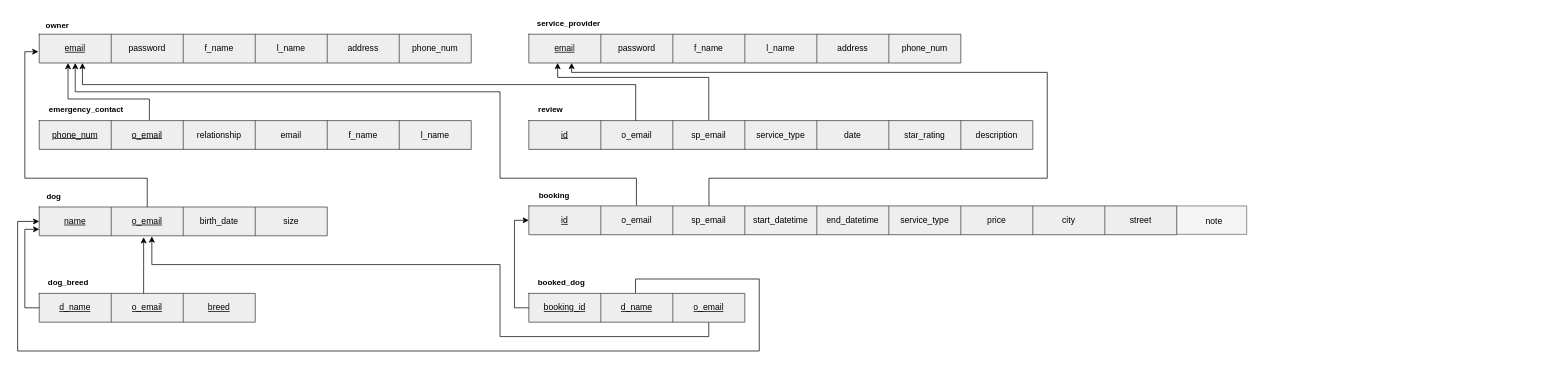
This is documents/BarkBase Relational Schema.drawio from BraedonHaensel/barkbase, a draw.io file, before an edit. Source tidied: cells renumbered, new cells numbered last; positions are measured from the earlier drawing's top-left corner, leaving out a move shared by most shapes. Both pictures are drawn from the tidied source at 72%, with x=0, y=0 at pixel (17, 12).
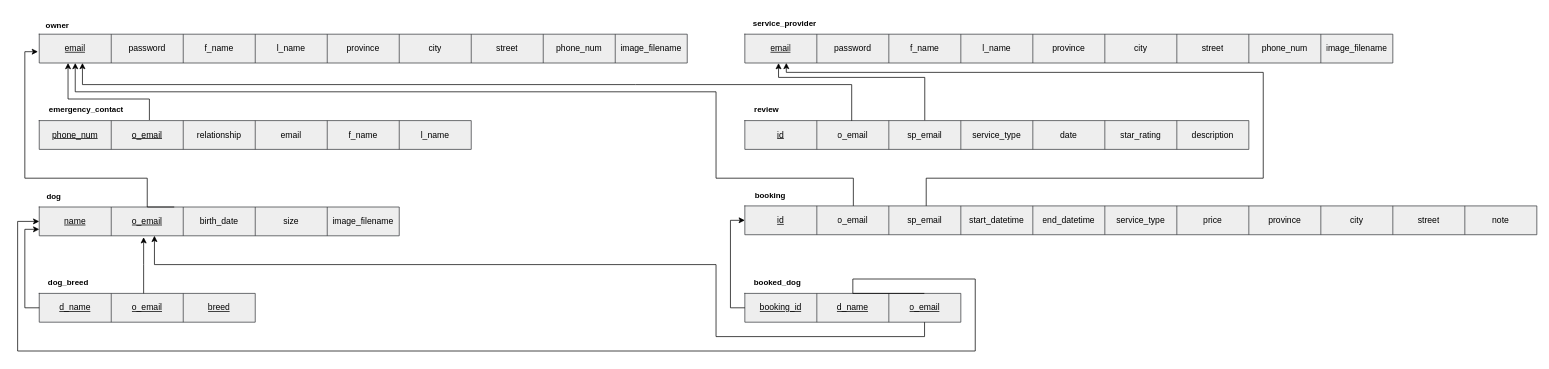
The same page after the edit.

Commit message:
relational schema added images and updated address components

Unchanged cells that the change refers to:
```xml
<mxCell id="48" style="shape=tableRow;horizontal=0;startSize=0;swimlaneHead=0;swimlaneBody=0;strokeColor=inherit;top=0;left=0;bottom=0;right=0;fillColor=none;points=[[0,0.5],[1,0.5]];portConstraint=eastwest;" parent="47" vertex="1">
  <mxGeometry width="300" height="40" as="geometry" />
</mxCell>
```

The edit, as a diff of the source:
```diff
@@
     <mxCell id="3" style="shape=table;startSize=0;childLayout=tableLayout;fillColor=#eeeeee;strokeColor=#36393d;" parent="1" vertex="1">
-      <mxGeometry x="30" y="30" width="600" height="40" as="geometry" />
+      <mxGeometry x="30" y="30" width="900" height="40" as="geometry" />
     </mxCell>
     <mxCell id="4" style="shape=tableRow;horizontal=0;startSize=0;swimlaneHead=0;swimlaneBody=0;strokeColor=inherit;top=0;left=0;bottom=0;right=0;fillColor=none;points=[[0,0.5],[1,0.5]];portConstraint=eastwest;" parent="3" vertex="1">
-      <mxGeometry width="600" height="40" as="geometry" />
+      <mxGeometry width="900" height="40" as="geometry" />
     </mxCell>
@@
-    <mxCell id="9" value="address" style="shape=partialRectangle;html=1;whiteSpace=wrap;strokeColor=inherit;overflow=hidden;fillColor=none;top=0;left=0;bottom=0;right=0;" parent="4" vertex="1">
+    <mxCell id="9" value="province" style="shape=partialRectangle;html=1;whiteSpace=wrap;strokeColor=inherit;overflow=hidden;fillColor=none;top=0;left=0;bottom=0;right=0;" parent="4" vertex="1">
       <mxGeometry x="400" width="100" height="40" as="geometry" />
     </mxCell>
+    <mxCell id="83" value="city" style="shape=partialRectangle;html=1;whiteSpace=wrap;strokeColor=inherit;overflow=hidden;fillColor=none;top=0;left=0;bottom=0;right=0;" parent="4" vertex="1">
+      <mxGeometry x="500" width="100" height="40" as="geometry" />
+    </mxCell>
+    <mxCell id="84" value="street" style="shape=partialRectangle;html=1;whiteSpace=wrap;strokeColor=inherit;overflow=hidden;fillColor=none;top=0;left=0;bottom=0;right=0;" parent="4" vertex="1">
+      <mxGeometry x="600" width="100" height="40" as="geometry" />
+    </mxCell>
     <mxCell id="10" value="phone_num" style="shape=partialRectangle;html=1;whiteSpace=wrap;strokeColor=inherit;overflow=hidden;fillColor=none;top=0;left=0;bottom=0;right=0;" parent="4" vertex="1">
-      <mxGeometry x="500" width="100" height="40" as="geometry" />
+      <mxGeometry x="700" width="100" height="40" as="geometry" />
     </mxCell>
+    <mxCell id="85" value="image_filename" style="shape=partialRectangle;html=1;whiteSpace=wrap;strokeColor=inherit;overflow=hidden;fillColor=none;top=0;left=0;bottom=0;right=0;" parent="4" vertex="1">
+      <mxGeometry x="800" width="100" height="40" as="geometry" />
+    </mxCell>
@@
     <mxCell id="22" style="shape=table;startSize=0;childLayout=tableLayout;fillColor=#eeeeee;strokeColor=#36393d;" parent="1" vertex="1">
-      <mxGeometry x="30" y="270" width="400" height="40" as="geometry" />
+      <mxGeometry x="30" y="270" width="500" height="40" as="geometry" />
     </mxCell>
     <mxCell id="23" style="shape=tableRow;horizontal=0;startSize=0;swimlaneHead=0;swimlaneBody=0;strokeColor=inherit;top=0;left=0;bottom=0;right=0;fillColor=none;points=[[0,0.5],[1,0.5]];portConstraint=eastwest;" parent="22" vertex="1">
-      <mxGeometry width="400" height="40" as="geometry" />
+      <mxGeometry width="500" height="40" as="geometry" />
     </mxCell>
@@
+    <mxCell id="86" value="image_filename" style="shape=partialRectangle;html=1;whiteSpace=wrap;strokeColor=inherit;overflow=hidden;fillColor=none;top=0;left=0;bottom=0;right=0;" parent="23" vertex="1">
+      <mxGeometry x="400" width="100" height="40" as="geometry" />
+    </mxCell>
@@
     <mxCell id="34" value="&lt;b&gt;booking&lt;/b&gt;" style="text;html=1;align=center;verticalAlign=middle;strokeColor=none;fillColor=none;fontFamily=Helvetica;fontSize=11;fontColor=default;labelBackgroundColor=default;" parent="1" vertex="1">
-      <mxGeometry x="710" y="238.5" width="70" height="30" as="geometry" />
+      <mxGeometry x="1010" y="238.5" width="70" height="30" as="geometry" />
     </mxCell>
     <mxCell id="35" style="shape=table;startSize=0;childLayout=tableLayout;fillColor=#eeeeee;strokeColor=#36393d;" parent="1" vertex="1">
-      <mxGeometry x="710" y="268.5" width="900" height="40" as="geometry" />
+      <mxGeometry x="1010" y="268.5" width="1100" height="40" as="geometry" />
     </mxCell>
     <mxCell id="36" style="shape=tableRow;horizontal=0;startSize=0;swimlaneHead=0;swimlaneBody=0;strokeColor=inherit;top=0;left=0;bottom=0;right=0;fillColor=none;points=[[0,0.5],[1,0.5]];portConstraint=eastwest;" parent="35" vertex="1">
-      <mxGeometry width="900" height="40" as="geometry" />
+      <mxGeometry width="1100" height="40" as="geometry" />
     </mxCell>
@@
+    <mxCell id="87" value="province" style="shape=partialRectangle;html=1;whiteSpace=wrap;strokeColor=inherit;overflow=hidden;fillColor=none;top=0;left=0;bottom=0;right=0;" parent="36" vertex="1">
+      <mxGeometry x="700" width="100" height="40" as="geometry" />
+    </mxCell>
     <mxCell id="44" value="city" style="shape=partialRectangle;html=1;whiteSpace=wrap;strokeColor=inherit;overflow=hidden;fillColor=none;top=0;left=0;bottom=0;right=0;" parent="36" vertex="1">
-      <mxGeometry x="700" width="100" height="40" as="geometry" />
+      <mxGeometry x="800" width="100" height="40" as="geometry" />
     </mxCell>
     <mxCell id="45" value="street" style="shape=partialRectangle;html=1;whiteSpace=wrap;strokeColor=inherit;overflow=hidden;fillColor=none;top=0;left=0;bottom=0;right=0;" parent="36" vertex="1">
-      <mxGeometry x="800" width="100" height="40" as="geometry" />
+      <mxGeometry x="900" width="100" height="40" as="geometry" />
     </mxCell>
+    <mxCell id="82" value="note" style="shape=partialRectangle;html=1;whiteSpace=wrap;strokeColor=inherit;overflow=hidden;fillColor=none;top=0;left=0;bottom=0;right=0;" parent="36" vertex="1">
+      <mxGeometry x="1000" width="100" height="40" as="geometry" />
+    </mxCell>
     <mxCell id="46" value="&lt;b&gt;booked_dog&lt;/b&gt;" style="text;html=1;align=center;verticalAlign=middle;strokeColor=none;fillColor=none;fontFamily=Helvetica;fontSize=11;fontColor=default;labelBackgroundColor=default;" parent="1" vertex="1">
-      <mxGeometry x="710" y="360" width="90" height="30" as="geometry" />
+      <mxGeometry x="1010" y="360" width="90" height="30" as="geometry" />
     </mxCell>
     <mxCell id="47" style="shape=table;startSize=0;childLayout=tableLayout;fillColor=#eeeeee;strokeColor=#36393d;" parent="1" vertex="1">
-      <mxGeometry x="710" y="390" width="300" height="40" as="geometry" />
+      <mxGeometry x="1010" y="390" width="300" height="40" as="geometry" />
     </mxCell>
@@
     <mxCell id="52" style="endArrow=classic;html=1;rounded=0;exitX=0;exitY=0.5;exitDx=0;exitDy=0;edgeStyle=orthogonalEdgeStyle;entryX=0;entryY=0.5;entryDx=0;entryDy=0;" parent="1" edge="1" source="48" target="36">
       <mxGeometry relative="1" as="geometry">
         <Array as="points">
-          <mxPoint x="690" y="410" />
-          <mxPoint x="690" y="289" />
+          <mxPoint x="990" y="410" />
+          <mxPoint x="990" y="289" />
         </Array>
       </mxGeometry>
     </mxCell>
     <mxCell id="53" value="&lt;b&gt;service_provider&lt;/b&gt;" style="text;html=1;align=center;verticalAlign=middle;strokeColor=none;fillColor=none;fontFamily=Helvetica;fontSize=11;fontColor=default;labelBackgroundColor=default;" parent="1" vertex="1">
-      <mxGeometry x="710" width="110" height="30" as="geometry" />
+      <mxGeometry x="1010" width="110" height="30" as="geometry" />
     </mxCell>
     <mxCell id="54" style="shape=table;startSize=0;childLayout=tableLayout;fillColor=#eeeeee;strokeColor=#36393d;" parent="1" vertex="1">
-      <mxGeometry x="710" y="30" width="600" height="40" as="geometry" />
+      <mxGeometry x="1010" y="30" width="900" height="40" as="geometry" />
     </mxCell>
     <mxCell id="55" style="shape=tableRow;horizontal=0;startSize=0;swimlaneHead=0;swimlaneBody=0;strokeColor=inherit;top=0;left=0;bottom=0;right=0;fillColor=none;points=[[0,0.5],[1,0.5]];portConstraint=eastwest;" parent="54" vertex="1">
-      <mxGeometry width="600" height="40" as="geometry" />
+      <mxGeometry width="900" height="40" as="geometry" />
     </mxCell>
@@
-    <mxCell id="60" value="address" style="shape=partialRectangle;html=1;whiteSpace=wrap;strokeColor=inherit;overflow=hidden;fillColor=none;top=0;left=0;bottom=0;right=0;" parent="55" vertex="1">
+    <mxCell id="60" value="province" style="shape=partialRectangle;html=1;whiteSpace=wrap;strokeColor=inherit;overflow=hidden;fillColor=none;top=0;left=0;bottom=0;right=0;" parent="55" vertex="1">
       <mxGeometry x="400" width="100" height="40" as="geometry" />
     </mxCell>
+    <mxCell id="88" value="city" style="shape=partialRectangle;html=1;whiteSpace=wrap;strokeColor=inherit;overflow=hidden;fillColor=none;top=0;left=0;bottom=0;right=0;" parent="55" vertex="1">
+      <mxGeometry x="500" width="100" height="40" as="geometry" />
+    </mxCell>
+    <mxCell id="89" value="street" style="shape=partialRectangle;html=1;whiteSpace=wrap;strokeColor=inherit;overflow=hidden;fillColor=none;top=0;left=0;bottom=0;right=0;" parent="55" vertex="1">
+      <mxGeometry x="600" width="100" height="40" as="geometry" />
+    </mxCell>
     <mxCell id="61" value="phone_num" style="shape=partialRectangle;html=1;whiteSpace=wrap;strokeColor=inherit;overflow=hidden;fillColor=none;top=0;left=0;bottom=0;right=0;" parent="55" vertex="1">
-      <mxGeometry x="500" width="100" height="40" as="geometry" />
+      <mxGeometry x="700" width="100" height="40" as="geometry" />
     </mxCell>
+    <mxCell id="90" value="image_filename" style="shape=partialRectangle;html=1;whiteSpace=wrap;strokeColor=inherit;overflow=hidden;fillColor=none;top=0;left=0;bottom=0;right=0;" parent="55" vertex="1">
+      <mxGeometry x="800" width="100" height="40" as="geometry" />
+    </mxCell>
     <mxCell id="62" value="&lt;b&gt;review&lt;/b&gt;" style="text;html=1;align=center;verticalAlign=middle;strokeColor=none;fillColor=none;fontFamily=Helvetica;fontSize=11;fontColor=default;labelBackgroundColor=default;" parent="1" vertex="1">
-      <mxGeometry x="710" y="120" width="60" height="30" as="geometry" />
+      <mxGeometry x="1010" y="120" width="60" height="30" as="geometry" />
     </mxCell>
     <mxCell id="63" style="shape=table;startSize=0;childLayout=tableLayout;fillColor=#eeeeee;strokeColor=#36393d;" parent="1" vertex="1">
-      <mxGeometry x="710" y="150" width="700" height="40" as="geometry" />
+      <mxGeometry x="1010" y="150" width="700" height="40" as="geometry" />
     </mxCell>
@@
-    <mxCell id="76" style="endArrow=classic;html=1;rounded=0;strokeColor=default;align=center;verticalAlign=middle;fontFamily=Helvetica;fontSize=11;fontColor=default;labelBackgroundColor=default;edgeStyle=orthogonalEdgeStyle;exitX=0.166;exitY=-0.017;exitDx=0;exitDy=0;exitPerimeter=0;" parent="1" edge="1" source="36">
+    <mxCell id="76" style="endArrow=classic;html=1;rounded=0;strokeColor=default;align=center;verticalAlign=middle;fontFamily=Helvetica;fontSize=11;fontColor=default;labelBackgroundColor=default;edgeStyle=orthogonalEdgeStyle;exitX=0.137;exitY=-0.003;exitDx=0;exitDy=0;exitPerimeter=0;" parent="1" edge="1" source="36">
       <mxGeometry relative="1" as="geometry">
         <mxPoint x="80" y="70" as="targetPoint" />
         <Array as="points">
-          <mxPoint x="859" y="230" />
-          <mxPoint x="670" y="230" />
-          <mxPoint x="670" y="110" />
+          <mxPoint x="1161" y="230" />
+          <mxPoint x="970" y="230" />
+          <mxPoint x="970" y="110" />
           <mxPoint x="80" y="110" />
         </Array>
       </mxGeometry>
     </mxCell>
-    <mxCell id="77" style="endArrow=classic;html=1;rounded=0;strokeColor=default;align=center;verticalAlign=middle;fontFamily=Helvetica;fontSize=11;fontColor=default;labelBackgroundColor=default;edgeStyle=orthogonalEdgeStyle;exitX=0.357;exitY=-0.009;exitDx=0;exitDy=0;exitPerimeter=0;" parent="1" edge="1" source="63">
+    <mxCell id="77" style="endArrow=classic;html=1;rounded=0;strokeColor=default;align=center;verticalAlign=middle;fontFamily=Helvetica;fontSize=11;fontColor=default;labelBackgroundColor=default;edgeStyle=orthogonalEdgeStyle;exitX=0.357;exitY=-0.009;exitDx=0;exitDy=0;exitPerimeter=0;entryX=0.052;entryY=1.003;entryDx=0;entryDy=0;entryPerimeter=0;" parent="1" edge="1" source="63" target="55">
       <mxGeometry relative="1" as="geometry">
-        <mxPoint x="750" y="70" as="targetPoint" />
         <Array as="points">
-          <mxPoint x="960" y="90" />
-          <mxPoint x="750" y="90" />
+          <mxPoint x="1260" y="90" />
+          <mxPoint x="1057" y="90" />
+          <mxPoint x="1057" y="70" />
         </Array>
       </mxGeometry>
     </mxCell>
-    <mxCell id="78" style="endArrow=classic;html=1;rounded=0;strokeColor=default;align=center;verticalAlign=middle;fontFamily=Helvetica;fontSize=11;fontColor=default;labelBackgroundColor=default;edgeStyle=orthogonalEdgeStyle;exitX=0.494;exitY=-0.017;exitDx=0;exitDy=0;exitPerimeter=0;" parent="1" edge="1" source="48">
+    <mxCell id="78" style="endArrow=classic;html=1;rounded=0;strokeColor=default;align=center;verticalAlign=middle;fontFamily=Helvetica;fontSize=11;fontColor=default;labelBackgroundColor=default;edgeStyle=orthogonalEdgeStyle;exitX=0.831;exitY=0.001;exitDx=0;exitDy=0;exitPerimeter=0;" parent="1" edge="1" source="48">
       <mxGeometry relative="1" as="geometry">
         <mxPoint x="30" y="290" as="targetPoint" />
         <Array as="points">
-          <mxPoint x="858" y="370" />
-          <mxPoint x="1030" y="370" />
-          <mxPoint x="1030" y="470" />
+          <mxPoint x="1160" y="390" />
+          <mxPoint x="1160" y="370" />
+          <mxPoint x="1330" y="370" />
+          <mxPoint x="1330" y="470" />
           <mxPoint y="470" />
           <mxPoint y="290" />
         </Array>
       </mxGeometry>
     </mxCell>
-    <mxCell id="79" style="endArrow=classic;html=1;rounded=0;strokeColor=default;align=center;verticalAlign=middle;fontFamily=Helvetica;fontSize=11;fontColor=default;labelBackgroundColor=default;edgeStyle=orthogonalEdgeStyle;exitX=0.833;exitY=1.016;exitDx=0;exitDy=0;exitPerimeter=0;entryX=0.391;entryY=1.022;entryDx=0;entryDy=0;entryPerimeter=0;" parent="1" edge="1" source="48" target="22">
+    <mxCell id="79" style="endArrow=classic;html=1;rounded=0;strokeColor=default;align=center;verticalAlign=middle;fontFamily=Helvetica;fontSize=11;fontColor=default;labelBackgroundColor=default;edgeStyle=orthogonalEdgeStyle;exitX=0.832;exitY=1;exitDx=0;exitDy=0;exitPerimeter=0;" parent="1" edge="1" source="48">
       <mxGeometry relative="1" as="geometry">
+        <mxPoint x="190" y="310" as="targetPoint" />
         <Array as="points">
-          <mxPoint x="960" y="450" />
-          <mxPoint x="670" y="450" />
-          <mxPoint x="670" y="350" />
-          <mxPoint x="186" y="350" />
+          <mxPoint x="1260" y="450" />
+          <mxPoint x="970" y="450" />
+          <mxPoint x="970" y="350" />
+          <mxPoint x="190" y="350" />
         </Array>
       </mxGeometry>
     </mxCell>
-    <mxCell id="80" style="endArrow=classic;html=1;rounded=0;strokeColor=default;align=center;verticalAlign=middle;fontFamily=Helvetica;fontSize=11;fontColor=default;labelBackgroundColor=default;edgeStyle=orthogonalEdgeStyle;entryX=0.099;entryY=0.996;entryDx=0;entryDy=0;entryPerimeter=0;exitX=0.278;exitY=-0.004;exitDx=0;exitDy=0;exitPerimeter=0;" parent="1" edge="1" source="36" target="55">
+    <mxCell id="80" style="endArrow=classic;html=1;rounded=0;strokeColor=default;align=center;verticalAlign=middle;fontFamily=Helvetica;fontSize=11;fontColor=default;labelBackgroundColor=default;edgeStyle=orthogonalEdgeStyle;entryX=0.064;entryY=0.997;entryDx=0;entryDy=0;entryPerimeter=0;exitX=0.229;exitY=-0.002;exitDx=0;exitDy=0;exitPerimeter=0;" parent="1" edge="1" source="36" target="55">
       <mxGeometry relative="1" as="geometry">
         <Array as="points">
-          <mxPoint x="960" y="230" />
-          <mxPoint x="1430" y="230" />
-          <mxPoint x="1430" y="83" />
-          <mxPoint x="769" y="83" />
+          <mxPoint x="1262" y="230" />
+          <mxPoint x="1730" y="230" />
+          <mxPoint x="1730" y="83" />
+          <mxPoint x="1068" y="83" />
         </Array>
       </mxGeometry>
     </mxCell>
-    <mxCell id="81" style="verticalLabelPosition=bottom;verticalAlign=top;html=1;shape=mxgraph.basic.rect;fillColor2=none;strokeWidth=1;size=20;indent=5;fillColor=#f5f5f5;fontColor=#333333;strokeColor=#666666;" parent="1" vertex="1">
-      <mxGeometry x="1610" y="268.5" width="97" height="39.5" as="geometry" />
-    </mxCell>
-    <mxCell id="82" value="note" style="text;html=1;whiteSpace=wrap;strokeColor=none;fillColor=none;align=center;verticalAlign=middle;rounded=0;" parent="1" vertex="1">
-      <mxGeometry x="1632" y="275" width="60" height="30" as="geometry" />
-    </mxCell>
```
